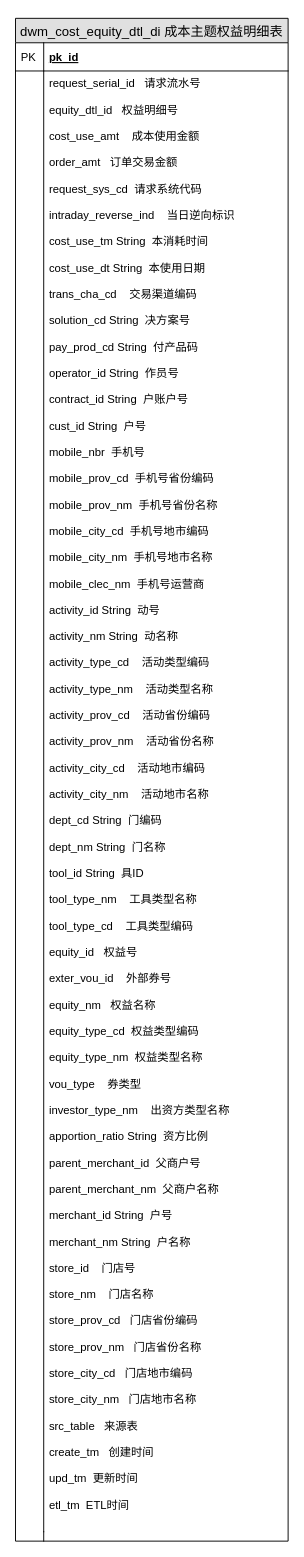
This is DWM.drawio from CarryNi/Orange, a draw.io file, before an edit. Source tidied: cells renumbered, new cells numbered last; positions are measured from the earlier drawing's top-left corner, leaving out a move shared by most shapes. Both pictures are drawn from the tidied source at 94%, with x=0, y=0 at pixel (15, 18).
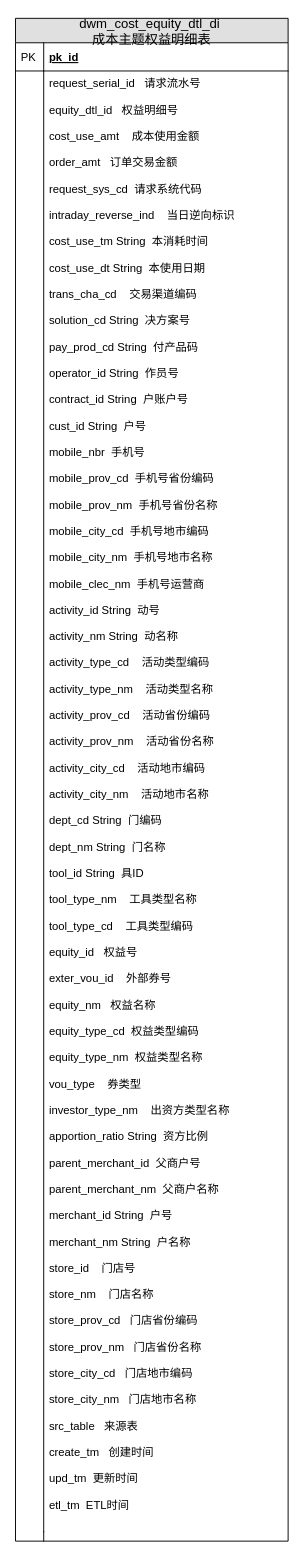
The same page after the edit.

Diff of the diagram source:
```diff
@@
 <mxGraphModel background="#ffffff">
   <root>
     <mxCell id="0" />
     <mxCell id="1" parent="0" />
-    <mxCell id="2" value="dwm_cost_equity_dtl_di 成本主题权益明细表" style="swimlane;fontStyle=0;horizontal=1;startSize=26;fillColor=#e0e0e0;swimlaneFillColor=#ffffff;align=center;fontSize=14;" parent="1" vertex="1">
+    <mxCell id="2" value="dwm_cost_equity_dtl_di &#10;成本主题权益明细表" style="swimlane;fontStyle=0;horizontal=1;startSize=26;fillColor=#e0e0e0;swimlaneFillColor=#ffffff;align=center;fontSize=14;" parent="1" vertex="1">
       <mxGeometry width="290" height="1620" as="geometry" />
     </mxCell>
     <mxCell id="3" value="pk_id" style="shape=partialRectangle;top=0;left=0;right=0;bottom=1;align=left;verticalAlign=middle;fillColor=none;spacingLeft=34;spacingRight=4;overflow=hidden;fontStyle=5;fontSize=12;" parent="2" vertex="1">
       <mxGeometry y="26" width="290" height="30" as="geometry" />
     </mxCell>
     <mxCell id="4" value="PK" style="shape=partialRectangle;top=0;left=0;bottom=0;fillColor=none;align=left;verticalAlign=middle;spacingLeft=4;spacingRight=4;overflow=hidden;fontSize=12;" parent="3" vertex="1">
       <mxGeometry width="30" height="30" as="geometry" />
     </mxCell>
     <mxCell id="5" value="request_serial_id   请求流水号&#10;&#10;equity_dtl_id   权益明细号&#10;&#10;cost_use_amt    成本使用金额&#10;&#10;order_amt   订单交易金额&#10;&#10;request_sys_cd  请求系统代码&#10;&#10;intraday_reverse_ind    当日逆向标识&#10;&#10;cost_use_tm String  本消耗时间&#10;&#10;cost_use_dt String  本使用日期&#10;&#10;trans_cha_cd    交易渠道编码&#10;&#10;solution_cd String  决方案号&#10;&#10;pay_prod_cd String  付产品码&#10;&#10;operator_id String  作员号&#10;&#10;contract_id String  户账户号&#10;&#10;cust_id String  户号&#10;&#10;mobile_nbr  手机号&#10;&#10;mobile_prov_cd  手机号省份编码&#10;&#10;mobile_prov_nm  手机号省份名称&#10;&#10;mobile_city_cd  手机号地市编码&#10;&#10;mobile_city_nm  手机号地市名称&#10;&#10;mobile_clec_nm  手机号运营商&#10;&#10;activity_id String  动号&#10;&#10;activity_nm String  动名称&#10;&#10;activity_type_cd    活动类型编码&#10;&#10;activity_type_nm    活动类型名称&#10;&#10;activity_prov_cd    活动省份编码&#10;&#10;activity_prov_nm    活动省份名称&#10;&#10;activity_city_cd    活动地市编码&#10;&#10;activity_city_nm    活动地市名称&#10;&#10;dept_cd String  门编码&#10;&#10;dept_nm String  门名称&#10;&#10;tool_id String  具ID&#10;&#10;tool_type_nm    工具类型名称&#10;&#10;tool_type_cd    工具类型编码&#10;&#10;equity_id   权益号&#10;&#10;exter_vou_id    外部券号&#10;&#10;equity_nm   权益名称&#10;&#10;equity_type_cd  权益类型编码&#10;&#10;equity_type_nm  权益类型名称&#10;&#10;vou_type    券类型&#10;&#10;investor_type_nm    出资方类型名称&#10;&#10;apportion_ratio String  资方比例&#10;&#10;parent_merchant_id  父商户号&#10;&#10;parent_merchant_nm  父商户名称&#10;&#10;merchant_id String  户号&#10;&#10;merchant_nm String  户名称&#10;&#10;store_id    门店号&#10;&#10;store_nm    门店名称&#10;&#10;store_prov_cd   门店省份编码&#10;&#10;store_prov_nm   门店省份名称&#10;&#10;store_city_cd   门店地市编码&#10;&#10;store_city_nm   门店地市名称&#10;&#10;src_table   来源表&#10;&#10;create_tm   创建时间&#10;&#10;upd_tm  更新时间&#10;&#10;etl_tm  ETL时间" style="shape=partialRectangle;top=0;left=0;right=0;bottom=0;align=left;verticalAlign=top;fillColor=none;spacingLeft=34;spacingRight=4;overflow=hidden;fontSize=12;" parent="2" vertex="1">
       <mxGeometry y="56" width="290" height="1554" as="geometry" />
     </mxCell>
     <mxCell id="6" style="shape=partialRectangle;top=0;left=0;bottom=0;fillColor=none;align=left;verticalAlign=top;spacingLeft=4;spacingRight=4;overflow=hidden;fontSize=12;" parent="5" vertex="1">
       <mxGeometry width="30" height="1554" as="geometry" />
     </mxCell>
     <mxCell id="7" style="shape=partialRectangle;top=0;left=0;right=0;bottom=0;align=left;verticalAlign=top;fillColor=none;spacingLeft=34;spacingRight=4;overflow=hidden;fontSize=12;" parent="2" vertex="1">
       <mxGeometry y="1610" width="290" height="10" as="geometry" />
     </mxCell>
     <mxCell id="8" style="shape=partialRectangle;top=0;left=0;bottom=0;fillColor=none;align=left;verticalAlign=top;spacingLeft=4;spacingRight=4;overflow=hidden;fontSize=12;" parent="7" vertex="1">
       <mxGeometry width="30" height="10" as="geometry" />
     </mxCell>
   </root>
 </mxGraphModel>
```
